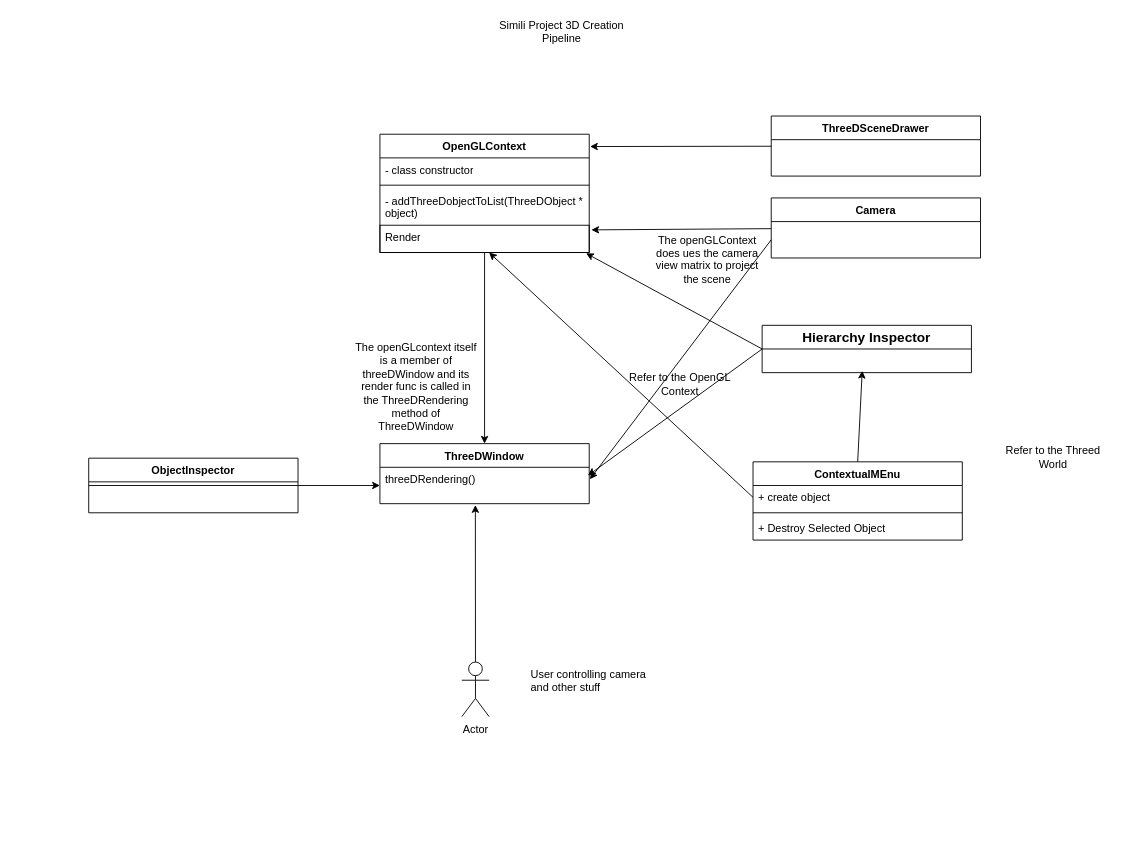
Above: UML.drawio in Kleb0/Project_SIMILI (draw.io), before the change. Source tidied: cells renumbered, new cells numbered last; positions are measured from the earlier drawing's top-left corner, leaving out a move shared by most shapes. Both pictures are drawn from the tidied source at 91%, with x=0, y=0 at pixel (88, 25).
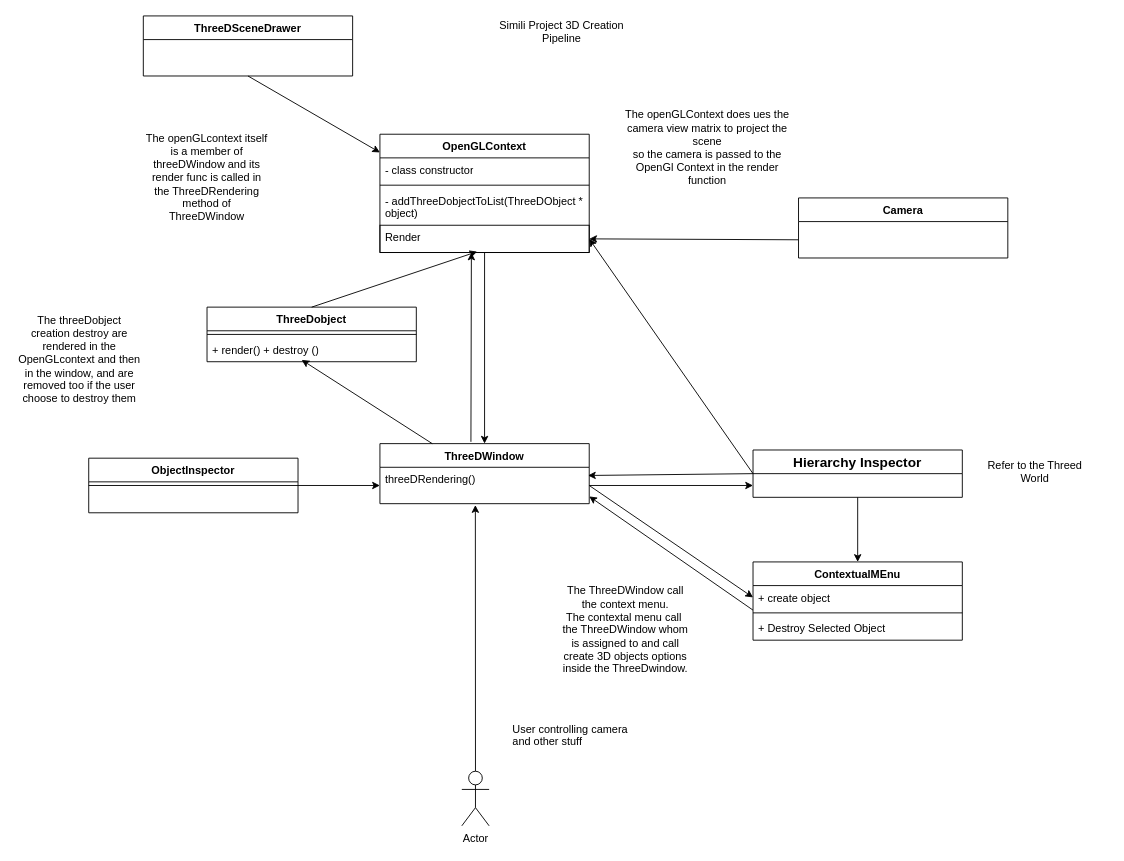
The same diagram, later.

Commit message (it also covers changes not shown here):
replace std::vectors(*threeDobject) by std::list in hierarchy inspector, openGlContext and ThreeDSceneDrawer

Unchanged cells that the change refers to:
```xml
<mxCell id="4" value="OpenGLContext&lt;div&gt;&lt;br&gt;&lt;/div&gt;" style="swimlane;fontStyle=1;align=center;verticalAlign=top;horizontal=1;startSize=26;whiteSpace=wrap;html=1;" parent="1" vertex="1">
  <mxGeometry x="320" y="120" width="230" height="130" as="geometry" />
</mxCell>
<mxCell id="8" value="&lt;div&gt;Render&lt;/div&gt;" style="text;strokeColor=default;fillColor=none;align=left;verticalAlign=top;spacingLeft=4;spacingRight=4;overflow=hidden;points=[[0,0.5],[1,0.5]];portConstraint=eastwest;whiteSpace=wrap;html=1;" parent="4" vertex="1">
  <mxGeometry y="100" width="230" height="30" as="geometry" />
</mxCell>
<mxCell id="9" value="&lt;div&gt;ThreeDWindow&lt;/div&gt;&lt;div&gt;&lt;br&gt;&lt;/div&gt;" style="swimlane;fontStyle=1;align=center;verticalAlign=top;horizontal=1;startSize=26;whiteSpace=wrap;html=1;" parent="1" vertex="1">
  <mxGeometry x="320" y="460" width="230" height="66" as="geometry" />
</mxCell>
<mxCell id="10" value="&lt;div&gt;threeDRendering()&lt;/div&gt;" style="text;strokeColor=none;fillColor=none;align=left;verticalAlign=top;spacingLeft=4;spacingRight=4;overflow=hidden;points=[[0,0.5],[1,0.5]];portConstraint=eastwest;whiteSpace=wrap;html=1;" parent="9" vertex="1">
  <mxGeometry y="26" width="230" height="40" as="geometry" />
</mxCell>
<mxCell id="12" value="&lt;div&gt;&lt;br&gt;&lt;/div&gt;" style="text;strokeColor=none;fillColor=none;align=left;verticalAlign=top;spacingLeft=4;spacingRight=4;overflow=hidden;points=[[0,0.5],[1,0.5]];portConstraint=eastwest;whiteSpace=wrap;html=1;" parent="11" vertex="1">
  <mxGeometry y="26" width="230" height="40" as="geometry" />
</mxCell>
```

What changed in the source:
```diff
@@
     <mxCell id="11" value="&lt;div&gt;Camera&lt;/div&gt;" style="swimlane;fontStyle=1;align=center;verticalAlign=top;horizontal=1;startSize=26;whiteSpace=wrap;html=1;" parent="1" vertex="1">
-      <mxGeometry x="750" y="190" width="230" height="66" as="geometry" />
+      <mxGeometry x="780" y="190" width="230" height="66" as="geometry" />
     </mxCell>
@@
-    <mxCell id="13" style="edgeStyle=none;html=1;entryX=1.01;entryY=0.17;entryDx=0;entryDy=0;entryPerimeter=0;" parent="1" edge="1" source="11" target="8">
-      <mxGeometry relative="1" as="geometry" />
-    </mxCell>
-    <mxCell id="14" value="The openGLContext does ues the camera view matrix to project the scene&lt;div&gt;&lt;br&gt;&lt;/div&gt;" style="text;html=1;align=center;verticalAlign=middle;whiteSpace=wrap;rounded=0;" parent="1" vertex="1">
-      <mxGeometry x="620" y="230" width="120" height="70" as="geometry" />
+    <mxCell id="14" value="The openGLContext does ues the camera view matrix to project the scene&lt;div&gt;so the camera is passed to the OpenGl Context in the render function&lt;/div&gt;" style="text;html=1;align=center;verticalAlign=middle;whiteSpace=wrap;rounded=0;" parent="1" vertex="1">
+      <mxGeometry x="585" y="80" width="190" height="110" as="geometry" />
     </mxCell>
     <mxCell id="15" value="&lt;div&gt;The openGLcontext itself is a member of threeDWindow and its render func is called in the ThreeDRendering method of ThreeDWindow&lt;/div&gt;&lt;div&gt;&lt;br&gt;&lt;/div&gt;" style="text;html=1;align=center;verticalAlign=middle;whiteSpace=wrap;rounded=0;" parent="1" vertex="1">
-      <mxGeometry x="290" y="360" width="140" height="90" as="geometry" />
+      <mxGeometry x="60" y="130" width="140" height="90" as="geometry" />
     </mxCell>
     <mxCell id="16" value="ThreeDSceneDrawer" style="swimlane;fontStyle=1;align=center;verticalAlign=top;horizontal=1;startSize=26;whiteSpace=wrap;html=1;" parent="1" vertex="1">
-      <mxGeometry x="750" y="100" width="230" height="66" as="geometry" />
+      <mxGeometry x="60" y="-10" width="230" height="66" as="geometry" />
     </mxCell>
-    <mxCell id="17" value="&lt;div&gt;&lt;br&gt;&lt;/div&gt;" style="text;strokeColor=none;fillColor=none;align=left;verticalAlign=top;spacingLeft=4;spacingRight=4;overflow=hidden;whiteSpace=wrap;html=1;" parent="16" vertex="1">
-      <mxGeometry y="26" width="230" height="40" as="geometry" />
-    </mxCell>
-    <mxCell id="18" style="edgeStyle=none;html=1;entryX=1.004;entryY=0.104;entryDx=0;entryDy=0;entryPerimeter=0;" parent="1" edge="1" target="4">
-      <mxGeometry relative="1" as="geometry">
-        <mxPoint x="750" y="133.2" as="sourcePoint" />
-      </mxGeometry>
-    </mxCell>
-    <mxCell id="19" style="edgeStyle=none;html=1;exitX=0.5;exitY=0;exitDx=0;exitDy=0;" parent="1" edge="1" source="20">
-      <mxGeometry relative="1" as="geometry">
-        <mxPoint x="850" y="380" as="targetPoint" />
-      </mxGeometry>
-    </mxCell>
-    <mxCell id="20" value="ContextualMEnu" style="swimlane;fontStyle=1;align=center;verticalAlign=top;horizontal=1;startSize=26;whiteSpace=wrap;html=1;" parent="1" vertex="1">
-      <mxGeometry x="730" y="480" width="230" height="86" as="geometry" />
+    <mxCell id="20" value="ContextualMEnu" style="swimlane;fontStyle=1;align=center;verticalAlign=top;horizontal=1;startSize=26;whiteSpace=wrap;html=1;swimlaneLine=1;" parent="1" vertex="1">
+      <mxGeometry x="730" y="590" width="230" height="86" as="geometry" />
     </mxCell>
-    <mxCell id="21" value="+ create object" style="text;strokeColor=none;fillColor=none;align=left;verticalAlign=top;spacingLeft=4;spacingRight=4;overflow=hidden;points=[[0,0.5],[1,0.5]];portConstraint=eastwest;whiteSpace=wrap;html=1;" parent="20" vertex="1">
+    <mxCell id="21" value="+ create object&lt;div&gt;&lt;br&gt;&lt;/div&gt;" style="text;strokeColor=none;fillColor=none;align=left;verticalAlign=top;spacingLeft=4;spacingRight=4;overflow=hidden;points=[[0,0.5],[1,0.5]];portConstraint=eastwest;whiteSpace=wrap;html=1;" parent="20" vertex="1">
       <mxGeometry y="26" width="230" height="26" as="geometry" />
     </mxCell>
@@
-    <mxCell id="24" style="edgeStyle=none;html=1;exitX=0;exitY=0.5;exitDx=0;exitDy=0;" parent="1" edge="1" source="21">
-      <mxGeometry relative="1" as="geometry">
-        <mxPoint x="440" y="250" as="targetPoint" />
-      </mxGeometry>
-    </mxCell>
-    <mxCell id="25" value="&lt;div&gt;Refer to the OpenGL&lt;/div&gt;&lt;div&gt;Context&lt;/div&gt;" style="text;html=1;align=center;verticalAlign=middle;whiteSpace=wrap;rounded=0;" parent="1" vertex="1">
-      <mxGeometry x="590" y="360" width="120" height="70" as="geometry" />
-    </mxCell>
     <mxCell id="26" value="Refer to the Threed World" style="text;html=1;align=center;verticalAlign=middle;whiteSpace=wrap;rounded=0;" parent="1" vertex="1">
-      <mxGeometry x="1000" y="440" width="120" height="70" as="geometry" />
+      <mxGeometry x="980" y="456" width="120" height="70" as="geometry" />
     </mxCell>
+    <mxCell id="38" style="edgeStyle=none;html=1;exitX=0.5;exitY=1;exitDx=0;exitDy=0;entryX=0.5;entryY=0;entryDx=0;entryDy=0;" parent="1" edge="1" source="27" target="20">
+      <mxGeometry relative="1" as="geometry" />
+    </mxCell>
+    <mxCell id="28" style="edgeStyle=none;html=1;exitX=0;exitY=0.5;exitDx=0;exitDy=0;entryX=1;entryY=0.5;entryDx=0;entryDy=0;" parent="1" edge="1" source="27" target="8">
+      <mxGeometry relative="1" as="geometry" />
+    </mxCell>
     <mxCell id="27" value="&lt;b&gt;&lt;font style=&quot;font-size: 15px;&quot;&gt;Hierarchy Inspector&lt;/font&gt;&lt;/b&gt;" style="swimlane;fontStyle=0;horizontal=1;startSize=26;fillColor=none;whiteSpace=wrap;html=1;" parent="1" vertex="1">
-      <mxGeometry x="740" y="330" width="230" height="52" as="geometry" />
+      <mxGeometry x="730" y="467" width="230" height="52" as="geometry" />
     </mxCell>
-    <mxCell id="28" style="edgeStyle=none;html=1;exitX=0;exitY=0.5;exitDx=0;exitDy=0;entryX=0.985;entryY=1.028;entryDx=0;entryDy=0;entryPerimeter=0;" parent="1" edge="1" source="27" target="8">
-      <mxGeometry relative="1" as="geometry" />
-    </mxCell>
-    <mxCell id="29" style="edgeStyle=none;html=1;exitX=0;exitY=0.5;exitDx=0;exitDy=0;entryX=1.003;entryY=0.329;entryDx=0;entryDy=0;entryPerimeter=0;" parent="1" edge="1" source="12" target="10">
-      <mxGeometry relative="1" as="geometry" />
-    </mxCell>
     <mxCell id="30" value="Actor" style="shape=umlActor;verticalLabelPosition=bottom;verticalAlign=top;html=1;" parent="1" vertex="1">
-      <mxGeometry x="410" y="700" width="30" height="60" as="geometry" />
+      <mxGeometry x="410" y="820" width="30" height="60" as="geometry" />
     </mxCell>
@@
     <mxCell id="32" value="User controlling camera and other stuff&lt;div&gt;&lt;br&gt;&lt;/div&gt;" style="text;strokeColor=none;fillColor=none;align=left;verticalAlign=top;spacingLeft=4;spacingRight=4;overflow=hidden;whiteSpace=wrap;html=1;" parent="1" vertex="1">
-      <mxGeometry x="480" y="700" width="140" height="80" as="geometry" />
+      <mxGeometry x="460" y="760" width="140" height="80" as="geometry" />
     </mxCell>
@@
+    <mxCell id="17" value="&lt;div&gt;&lt;br&gt;&lt;/div&gt;" style="text;strokeColor=none;fillColor=none;align=left;verticalAlign=top;spacingLeft=4;spacingRight=4;overflow=hidden;whiteSpace=wrap;html=1;" parent="1" vertex="1">
+      <mxGeometry x="120" y="40" width="230" height="40" as="geometry" />
+    </mxCell>
+    <mxCell id="39" style="edgeStyle=none;html=1;exitX=0.5;exitY=1;exitDx=0;exitDy=0;entryX=0;entryY=0.154;entryDx=0;entryDy=0;entryPerimeter=0;" parent="1" edge="1" source="16" target="4">
+      <mxGeometry relative="1" as="geometry" />
+    </mxCell>
+    <mxCell id="40" style="edgeStyle=none;html=1;exitX=1;exitY=0.5;exitDx=0;exitDy=0;entryX=0;entryY=0.5;entryDx=0;entryDy=0;" parent="1" edge="1" source="10" target="21">
+      <mxGeometry relative="1" as="geometry" />
+    </mxCell>
+    <mxCell id="41" style="edgeStyle=none;html=1;exitX=0.75;exitY=0;exitDx=0;exitDy=0;entryX=0.752;entryY=1.067;entryDx=0;entryDy=0;entryPerimeter=0;" parent="1" edge="1">
+      <mxGeometry relative="1" as="geometry">
+        <mxPoint x="420" y="458" as="sourcePoint" />
+        <mxPoint x="420.5" y="250" as="targetPoint" />
+      </mxGeometry>
+    </mxCell>
+    <mxCell id="42" style="edgeStyle=none;html=1;exitX=1;exitY=0.5;exitDx=0;exitDy=0;entryX=0;entryY=0.75;entryDx=0;entryDy=0;" parent="1" edge="1" source="10" target="27">
+      <mxGeometry relative="1" as="geometry" />
+    </mxCell>
+    <mxCell id="43" style="edgeStyle=none;html=1;exitX=0;exitY=1.038;exitDx=0;exitDy=0;entryX=1;entryY=0.8;entryDx=0;entryDy=0;entryPerimeter=0;exitPerimeter=0;" parent="1" edge="1" source="21" target="10">
+      <mxGeometry relative="1" as="geometry" />
+    </mxCell>
+    <mxCell id="44" value="ThreeDobject&lt;div&gt;&lt;br&gt;&lt;/div&gt;" style="swimlane;fontStyle=1;align=center;verticalAlign=top;horizontal=1;startSize=26;whiteSpace=wrap;html=1;" parent="1" vertex="1">
+      <mxGeometry x="130" y="310" width="230" height="60" as="geometry" />
+    </mxCell>
+    <mxCell id="45" style="line;strokeWidth=1;fillColor=none;align=left;verticalAlign=middle;spacingTop=-1;spacingLeft=3;spacingRight=3;labelPosition=right;strokeColor=inherit;" parent="44" vertex="1">
+      <mxGeometry y="26" width="230" height="8" as="geometry" />
+    </mxCell>
+    <mxCell id="46" value="&lt;div&gt;+ render() + destroy ()&lt;/div&gt;&lt;div&gt;&lt;br&gt;&lt;/div&gt;&lt;div&gt;&lt;br&gt;&lt;/div&gt;" style="text;strokeColor=none;fillColor=none;align=left;verticalAlign=top;spacingLeft=4;spacingRight=4;overflow=hidden;points=[[0,0.5],[1,0.5]];portConstraint=eastwest;whiteSpace=wrap;html=1;" parent="44" vertex="1">
+      <mxGeometry y="34" width="230" height="26" as="geometry" />
+    </mxCell>
+    <mxCell id="47" value="&lt;div&gt;The ThreeDWindow call the context menu.&lt;/div&gt;&lt;div&gt;The contextal menu call&amp;nbsp;&lt;/div&gt;&lt;div&gt;the ThreeDWindow whom is assigned to and call create 3D objects options inside the ThreeDwindow.&lt;/div&gt;" style="text;html=1;align=center;verticalAlign=middle;whiteSpace=wrap;rounded=0;" parent="1" vertex="1">
+      <mxGeometry x="520" y="620" width="140" height="90" as="geometry" />
+    </mxCell>
+    <mxCell id="48" style="edgeStyle=none;html=1;exitX=0.25;exitY=0;exitDx=0;exitDy=0;entryX=0.452;entryY=0.923;entryDx=0;entryDy=0;entryPerimeter=0;" parent="1" edge="1" source="9" target="46">
+      <mxGeometry relative="1" as="geometry" />
+    </mxCell>
+    <mxCell id="49" value="The threeDobject creation destroy are rendered in the OpenGLcontext and then in the window, and are removed too if the user choose to destroy them&lt;div&gt;&lt;br&gt;&lt;/div&gt;" style="text;html=1;align=center;verticalAlign=middle;whiteSpace=wrap;rounded=0;" parent="1" vertex="1">
+      <mxGeometry x="-80" y="330" width="140" height="90" as="geometry" />
+    </mxCell>
+    <mxCell id="50" style="edgeStyle=none;html=1;exitX=0.5;exitY=0;exitDx=0;exitDy=0;entryX=0.465;entryY=0.967;entryDx=0;entryDy=0;entryPerimeter=0;" parent="1" edge="1" source="44" target="8">
+      <mxGeometry relative="1" as="geometry" />
+    </mxCell>
+    <mxCell id="51" style="edgeStyle=none;html=1;exitX=0;exitY=0.5;exitDx=0;exitDy=0;entryX=1;entryY=0.5;entryDx=0;entryDy=0;" parent="1" edge="1" source="12" target="8">
+      <mxGeometry relative="1" as="geometry" />
+    </mxCell>
```
